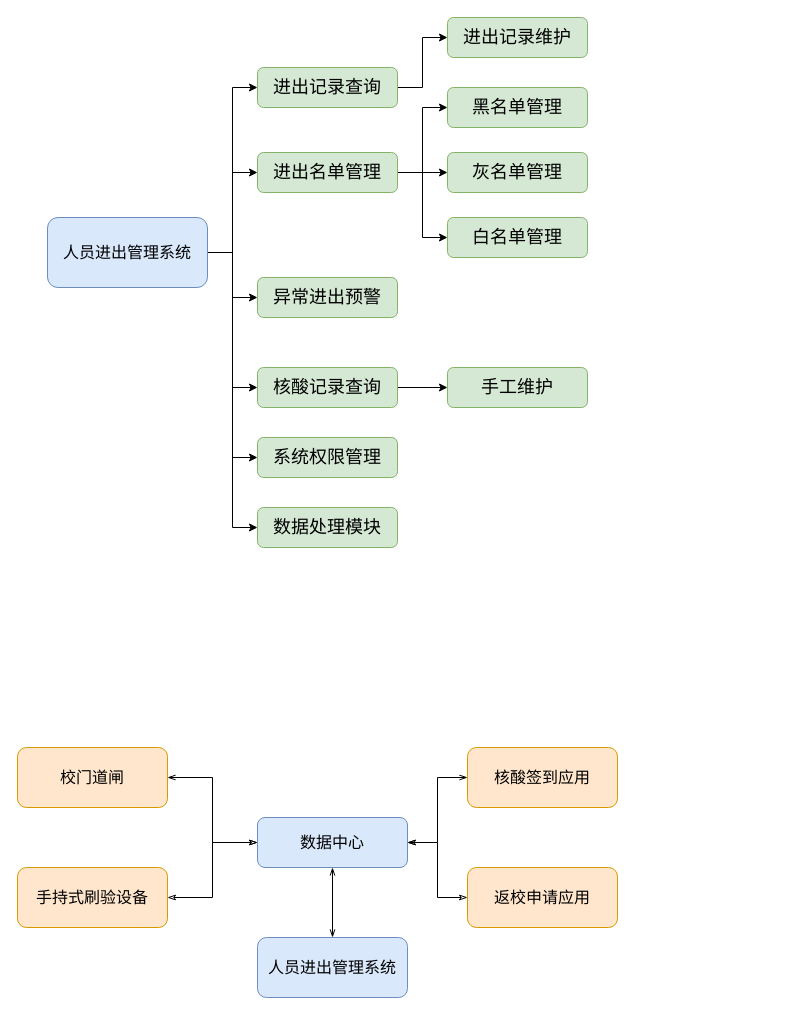
Earlier version of the draw.io diagram 校园人员进出管理系统.drawio (redcomet88/DRAW). Source tidied: cells renumbered, new cells numbered last; positions are measured from the earlier drawing's top-left corner, leaving out a move shared by most shapes. Both pictures are drawn from the tidied source at 100%, with x=0, y=0 at pixel (17, 17).
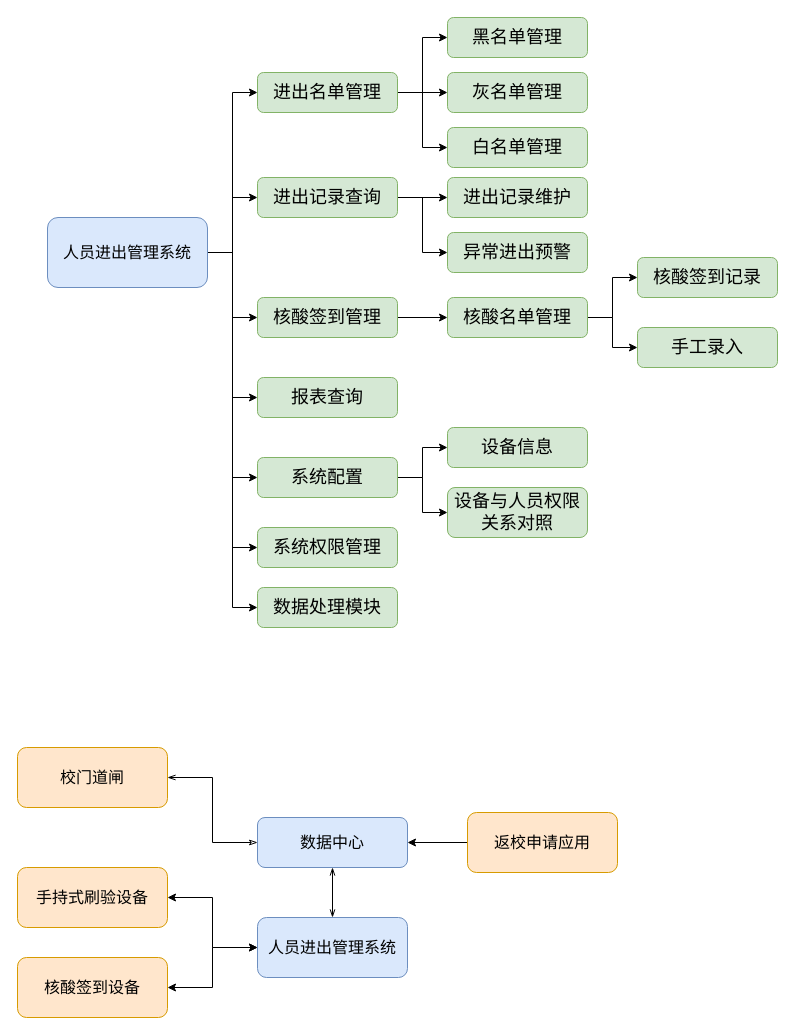
Above is the later version.

Commit message:
Update 校园人员进出管理系统.drawio

The change refers to these unchanged cells:
```xml
<mxCell id="8" value="人员进出管理系统" style="rounded=1;whiteSpace=wrap;html=1;fontSize=16;fillColor=#dae8fc;strokeColor=#6c8ebf;" parent="1" vertex="1">
  <mxGeometry x="30" y="200" width="160" height="70" as="geometry" />
</mxCell>
<mxCell id="27" value="数据中心" style="rounded=1;whiteSpace=wrap;html=1;fontSize=16;fillColor=#dae8fc;strokeColor=#6c8ebf;" parent="1" vertex="1">
  <mxGeometry x="240" y="800" width="150" height="50" as="geometry" />
</mxCell>
<mxCell id="31" value="手持式刷验设备" style="rounded=1;whiteSpace=wrap;html=1;fontSize=16;fillColor=#ffe6cc;strokeColor=#d79b00;" parent="1" vertex="1">
  <mxGeometry y="850" width="150" height="60" as="geometry" />
</mxCell>
```

Diff of the diagram source:
```diff
@@
-    <mxCell id="6" style="edgeStyle=orthogonalEdgeStyle;rounded=0;jettySize=auto;html=1;exitX=1;exitY=0.5;exitDx=0;exitDy=0;entryX=0;entryY=0.5;entryDx=0;entryDy=0;fontSize=18;" parent="1" edge="1" source="8" target="22">
-      <mxGeometry relative="1" as="geometry" />
-    </mxCell>
@@
+    <mxCell id="36" style="edgeStyle=orthogonalEdgeStyle;rounded=0;jettySize=auto;html=1;exitX=1;exitY=0.5;exitDx=0;exitDy=0;entryX=0;entryY=0.5;entryDx=0;entryDy=0;" parent="1" edge="1" source="8" target="43">
+      <mxGeometry relative="1" as="geometry" />
+    </mxCell>
+    <mxCell id="37" style="edgeStyle=orthogonalEdgeStyle;rounded=0;jettySize=auto;html=1;exitX=1;exitY=0.5;exitDx=0;exitDy=0;entryX=0;entryY=0.5;entryDx=0;entryDy=0;" parent="1" edge="1" source="8" target="48">
+      <mxGeometry relative="1" as="geometry" />
+    </mxCell>
@@
+    <mxCell id="38" style="edgeStyle=orthogonalEdgeStyle;rounded=0;jettySize=auto;html=1;exitX=1;exitY=0.5;exitDx=0;exitDy=0;entryX=0;entryY=0.5;entryDx=0;entryDy=0;" parent="1" edge="1" source="10" target="22">
+      <mxGeometry relative="1" as="geometry" />
+    </mxCell>
     <mxCell id="10" value="进出记录查询" style="rounded=1;whiteSpace=wrap;html=1;fontSize=18;fillColor=#d5e8d4;strokeColor=#82b366;" parent="1" vertex="1">
-      <mxGeometry x="240" y="50" width="140" height="40" as="geometry" />
+      <mxGeometry x="240" y="160" width="140" height="40" as="geometry" />
     </mxCell>
     <mxCell id="11" value="进出记录维护" style="rounded=1;whiteSpace=wrap;html=1;fontSize=18;fillColor=#d5e8d4;strokeColor=#82b366;" parent="1" vertex="1">
-      <mxGeometry x="430" width="140" height="40" as="geometry" />
+      <mxGeometry x="430" y="160" width="140" height="40" as="geometry" />
     </mxCell>
@@
     <mxCell id="15" value="进出名单管理" style="rounded=1;whiteSpace=wrap;html=1;fontSize=18;fillColor=#d5e8d4;strokeColor=#82b366;" parent="1" vertex="1">
-      <mxGeometry x="240" y="135" width="140" height="40" as="geometry" />
+      <mxGeometry x="240" y="55" width="140" height="40" as="geometry" />
     </mxCell>
     <mxCell id="16" value="系统权限管理" style="rounded=1;whiteSpace=wrap;html=1;fontSize=18;fillColor=#d5e8d4;strokeColor=#82b366;" parent="1" vertex="1">
-      <mxGeometry x="240" y="420" width="140" height="40" as="geometry" />
+      <mxGeometry x="240" y="510" width="140" height="40" as="geometry" />
     </mxCell>
     <mxCell id="17" value="黑名单管理" style="rounded=1;whiteSpace=wrap;html=1;fontSize=18;fillColor=#d5e8d4;strokeColor=#82b366;" parent="1" vertex="1">
-      <mxGeometry x="430" y="70" width="140" height="40" as="geometry" />
+      <mxGeometry x="430" width="140" height="40" as="geometry" />
     </mxCell>
     <mxCell id="18" value="灰名单管理" style="rounded=1;whiteSpace=wrap;html=1;fontSize=18;fillColor=#d5e8d4;strokeColor=#82b366;" parent="1" vertex="1">
-      <mxGeometry x="430" y="135" width="140" height="40" as="geometry" />
+      <mxGeometry x="430" y="55" width="140" height="40" as="geometry" />
     </mxCell>
     <mxCell id="19" value="白名单管理" style="rounded=1;whiteSpace=wrap;html=1;fontSize=18;fillColor=#d5e8d4;strokeColor=#82b366;" parent="1" vertex="1">
-      <mxGeometry x="430" y="200" width="140" height="40" as="geometry" />
+      <mxGeometry x="430" y="110" width="140" height="40" as="geometry" />
     </mxCell>
@@
-    <mxCell id="21" value="核酸记录查询" style="rounded=1;whiteSpace=wrap;html=1;fontSize=18;fillColor=#d5e8d4;strokeColor=#82b366;" parent="1" vertex="1">
-      <mxGeometry x="240" y="350" width="140" height="40" as="geometry" />
+    <mxCell id="21" value="核酸签到管理" style="rounded=1;whiteSpace=wrap;html=1;fontSize=18;fillColor=#d5e8d4;strokeColor=#82b366;" parent="1" vertex="1">
+      <mxGeometry x="240" y="280" width="140" height="40" as="geometry" />
     </mxCell>
     <mxCell id="22" value="异常进出预警" style="rounded=1;whiteSpace=wrap;html=1;fontSize=18;fillColor=#d5e8d4;strokeColor=#82b366;" parent="1" vertex="1">
-      <mxGeometry x="240" y="260" width="140" height="40" as="geometry" />
+      <mxGeometry x="430" y="215" width="140" height="40" as="geometry" />
     </mxCell>
+    <mxCell id="39" style="edgeStyle=orthogonalEdgeStyle;rounded=0;jettySize=auto;html=1;exitX=1;exitY=0.5;exitDx=0;exitDy=0;entryX=0;entryY=0.5;entryDx=0;entryDy=0;" parent="1" edge="1" source="23" target="46">
+      <mxGeometry relative="1" as="geometry" />
+    </mxCell>
+    <mxCell id="40" style="edgeStyle=orthogonalEdgeStyle;rounded=0;jettySize=auto;html=1;exitX=1;exitY=0.5;exitDx=0;exitDy=0;entryX=0;entryY=0.5;entryDx=0;entryDy=0;" parent="1" edge="1" source="23" target="47">
+      <mxGeometry relative="1" as="geometry" />
+    </mxCell>
-    <mxCell id="23" value="手工维护" style="rounded=1;whiteSpace=wrap;html=1;fontSize=18;fillColor=#d5e8d4;strokeColor=#82b366;" parent="1" vertex="1">
-      <mxGeometry x="430" y="350" width="140" height="40" as="geometry" />
+    <mxCell id="23" value="核酸名单管理" style="rounded=1;whiteSpace=wrap;html=1;fontSize=18;fillColor=#d5e8d4;strokeColor=#82b366;" parent="1" vertex="1">
+      <mxGeometry x="430" y="280" width="140" height="40" as="geometry" />
     </mxCell>
     <mxCell id="24" value="数据处理模块" style="rounded=1;whiteSpace=wrap;html=1;fontSize=18;fillColor=#d5e8d4;strokeColor=#82b366;" parent="1" vertex="1">
-      <mxGeometry x="240" y="490" width="140" height="40" as="geometry" />
+      <mxGeometry x="240" y="570" width="140" height="40" as="geometry" />
     </mxCell>
@@
     <mxCell id="26" value="人员进出管理系统" style="rounded=1;whiteSpace=wrap;html=1;fontSize=16;fillColor=#dae8fc;strokeColor=#6c8ebf;" parent="1" vertex="1">
-      <mxGeometry x="240" y="920" width="150" height="60" as="geometry" />
+      <mxGeometry x="240" y="900" width="150" height="60" as="geometry" />
     </mxCell>
@@
-    <mxCell id="30" style="edgeStyle=orthogonalEdgeStyle;rounded=0;jettySize=auto;html=1;exitX=1;exitY=0.5;exitDx=0;exitDy=0;entryX=0;entryY=0.5;entryDx=0;entryDy=0;fontSize=18;endArrow=classicThin;endFill=0;startArrow=classicThin;startFill=0;" parent="1" edge="1" source="31" target="27">
+    <mxCell id="30" style="edgeStyle=orthogonalEdgeStyle;rounded=0;jettySize=auto;html=1;exitX=1;exitY=0.5;exitDx=0;exitDy=0;entryX=0;entryY=0.5;entryDx=0;entryDy=0;fontSize=18;endArrow=classic;endFill=1;startArrow=classic;startFill=1;" parent="1" edge="1" source="31" target="26">
       <mxGeometry relative="1" as="geometry" />
     </mxCell>
@@
-    <mxCell id="32" style="edgeStyle=orthogonalEdgeStyle;rounded=0;jettySize=auto;html=1;exitX=0;exitY=0.5;exitDx=0;exitDy=0;entryX=1;entryY=0.5;entryDx=0;entryDy=0;fontSize=18;endArrow=openThin;endFill=0;startArrow=openThin;startFill=0;" parent="1" edge="1" source="33" target="27">
-      <mxGeometry relative="1" as="geometry" />
-    </mxCell>
-    <mxCell id="33" value="核酸签到应用" style="rounded=1;whiteSpace=wrap;html=1;fontSize=16;fillColor=#ffe6cc;strokeColor=#d79b00;" parent="1" vertex="1">
-      <mxGeometry x="450" y="730" width="150" height="60" as="geometry" />
-    </mxCell>
-    <mxCell id="34" style="edgeStyle=orthogonalEdgeStyle;rounded=0;jettySize=auto;html=1;exitX=0;exitY=0.5;exitDx=0;exitDy=0;entryX=1;entryY=0.5;entryDx=0;entryDy=0;fontSize=18;startArrow=classicThin;startFill=0;endArrow=classicThin;endFill=0;" parent="1" edge="1" source="35" target="27">
+    <mxCell id="34" style="edgeStyle=orthogonalEdgeStyle;rounded=0;jettySize=auto;html=1;exitX=0;exitY=0.5;exitDx=0;exitDy=0;entryX=1;entryY=0.5;entryDx=0;entryDy=0;startArrow=none;startFill=0;endArrow=classic;endFill=1;" parent="1" edge="1" source="35" target="27">
       <mxGeometry relative="1" as="geometry" />
     </mxCell>
     <mxCell id="35" value="返校申请应用" style="rounded=1;whiteSpace=wrap;html=1;fontSize=16;fillColor=#ffe6cc;strokeColor=#d79b00;" parent="1" vertex="1">
-      <mxGeometry x="450" y="850" width="150" height="60" as="geometry" />
+      <mxGeometry x="450" y="795" width="150" height="60" as="geometry" />
     </mxCell>
+    <mxCell id="41" style="edgeStyle=orthogonalEdgeStyle;rounded=0;jettySize=auto;html=1;exitX=1;exitY=0.5;exitDx=0;exitDy=0;entryX=0;entryY=0.5;entryDx=0;entryDy=0;" parent="1" edge="1" source="43" target="45">
+      <mxGeometry relative="1" as="geometry" />
+    </mxCell>
+    <mxCell id="42" style="edgeStyle=orthogonalEdgeStyle;rounded=0;jettySize=auto;html=1;exitX=1;exitY=0.5;exitDx=0;exitDy=0;entryX=0;entryY=0.5;entryDx=0;entryDy=0;" parent="1" edge="1" source="43" target="44">
+      <mxGeometry relative="1" as="geometry" />
+    </mxCell>
+    <mxCell id="43" value="系统配置" style="rounded=1;whiteSpace=wrap;html=1;fontSize=18;fillColor=#d5e8d4;strokeColor=#82b366;" parent="1" vertex="1">
+      <mxGeometry x="240" y="440" width="140" height="40" as="geometry" />
+    </mxCell>
+    <mxCell id="44" value="设备与人员权限关系对照" style="rounded=1;whiteSpace=wrap;html=1;fontSize=18;fillColor=#d5e8d4;strokeColor=#82b366;" parent="1" vertex="1">
+      <mxGeometry x="430" y="470" width="140" height="50" as="geometry" />
+    </mxCell>
+    <mxCell id="45" value="设备信息" style="rounded=1;whiteSpace=wrap;html=1;fontSize=18;fillColor=#d5e8d4;strokeColor=#82b366;" parent="1" vertex="1">
+      <mxGeometry x="430" y="410" width="140" height="40" as="geometry" />
+    </mxCell>
+    <mxCell id="46" value="核酸签到记录" style="rounded=1;whiteSpace=wrap;html=1;fontSize=18;fillColor=#d5e8d4;strokeColor=#82b366;" parent="1" vertex="1">
+      <mxGeometry x="620" y="240" width="140" height="40" as="geometry" />
+    </mxCell>
+    <mxCell id="47" value="手工录入" style="rounded=1;whiteSpace=wrap;html=1;fontSize=18;fillColor=#d5e8d4;strokeColor=#82b366;" parent="1" vertex="1">
+      <mxGeometry x="620" y="310" width="140" height="40" as="geometry" />
+    </mxCell>
+    <mxCell id="48" value="报表查询" style="rounded=1;whiteSpace=wrap;html=1;fontSize=18;fillColor=#d5e8d4;strokeColor=#82b366;" parent="1" vertex="1">
+      <mxGeometry x="240" y="360" width="140" height="40" as="geometry" />
+    </mxCell>
+    <mxCell id="49" style="edgeStyle=orthogonalEdgeStyle;rounded=0;jettySize=auto;html=1;exitX=1;exitY=0.5;exitDx=0;exitDy=0;startArrow=classic;startFill=1;entryX=0;entryY=0.5;entryDx=0;entryDy=0;" parent="1" edge="1" source="50" target="26">
+      <mxGeometry relative="1" as="geometry" />
+    </mxCell>
+    <mxCell id="50" value="核酸签到设备" style="rounded=1;whiteSpace=wrap;html=1;fontSize=16;fillColor=#ffe6cc;strokeColor=#d79b00;" parent="1" vertex="1">
+      <mxGeometry y="940" width="150" height="60" as="geometry" />
+    </mxCell>
```
